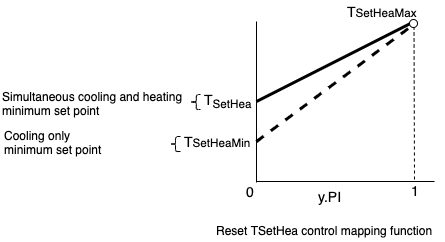
The draw.io diagram Buildings/Resources/Images/Applications/DHC/EnergyTransferStations/controlMappingFunction.png in Helarga/modelica-buildings, before a commit. Source tidied: cells renumbered, new cells last; positions are measured from the earlier drawing's top-left corner, leaving out a move shared by most shapes.
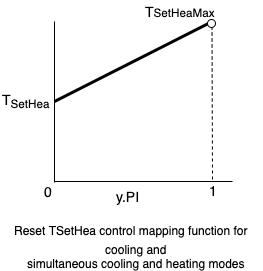
The same diagram one commit later.

What changed in the source:
```diff
@@ -4,71 +4,53 @@
     <mxCell id="1" parent="0" />
     <mxCell id="2" style="endArrow=none;html=1;" parent="1" edge="1">
       <mxGeometry relative="1" as="geometry">
-        <mxPoint x="256" y="181" as="sourcePoint" />
-        <mxPoint x="434" y="181" as="targetPoint" />
+        <mxPoint x="436" y="-124" as="sourcePoint" />
+        <mxPoint x="614" y="-124" as="targetPoint" />
       </mxGeometry>
     </mxCell>
     <mxCell id="3" style="endArrow=none;html=1;" parent="1" edge="1">
       <mxGeometry relative="1" as="geometry">
-        <mxPoint x="256" y="21" as="sourcePoint" />
-        <mxPoint x="256" y="182" as="targetPoint" />
+        <mxPoint x="436" y="-284" as="sourcePoint" />
+        <mxPoint x="436" y="-123" as="targetPoint" />
       </mxGeometry>
     </mxCell>
     <mxCell id="4" value="&lt;span style=&quot;font-size: 14px&quot;&gt;y.PI&lt;/span&gt;" style="text;html=1;align=left;verticalAlign=top;spacingTop=-4;" parent="1" vertex="1">
-      <mxGeometry x="316" y="186" width="40" height="20" as="geometry" />
+      <mxGeometry x="496" y="-119" width="40" height="20" as="geometry" />
     </mxCell>
     <mxCell id="5" value="&lt;font style=&quot;font-size: 14px&quot;&gt;0&lt;/font&gt;" style="text;html=1;align=left;verticalAlign=top;spacingTop=-4;strokeWidth=3;" parent="1" vertex="1">
-      <mxGeometry x="244" y="181" width="20" height="20" as="geometry" />
+      <mxGeometry x="424" y="-124" width="20" height="20" as="geometry" />
     </mxCell>
     <mxCell id="6" value="&lt;font style=&quot;font-size: 14px&quot;&gt;T&lt;sub&gt;SetHea&lt;/sub&gt;&lt;/font&gt;" style="text;html=1;align=left;verticalAlign=top;spacingTop=-4;" parent="1" vertex="1">
-      <mxGeometry x="202" y="89" width="60" height="20" as="geometry" />
+      <mxGeometry x="382" y="-216" width="60" height="20" as="geometry" />
     </mxCell>
-    <mxCell id="7" style="endArrow=none;html=1;strokeWidth=3;entryX=1.2;entryY=0.447;entryDx=0;entryDy=0;entryPerimeter=0;" parent="1" edge="1" target="13">
+    <mxCell id="7" style="endArrow=none;html=1;strokeWidth=3;entryX=1.2;entryY=0.447;entryDx=0;entryDy=0;entryPerimeter=0;" parent="1" edge="1" target="11">
       <mxGeometry relative="1" as="geometry">
-        <mxPoint x="256" y="101" as="sourcePoint" />
+        <mxPoint x="436" y="-204" as="sourcePoint" />
       </mxGeometry>
     </mxCell>
     <mxCell id="8" value="&lt;font style=&quot;font-size: 14px&quot;&gt;1&lt;/font&gt;" style="text;html=1;align=left;verticalAlign=top;spacingTop=-4;" parent="1" vertex="1">
-      <mxGeometry x="409" y="180" width="20" height="20" as="geometry" />
+      <mxGeometry x="589" y="-125" width="20" height="20" as="geometry" />
     </mxCell>
     <mxCell id="9" style="endArrow=none;dashed=1;html=1;strokeWidth=1;exitX=0.5;exitY=-0.05;exitDx=0;exitDy=0;exitPerimeter=0;" parent="1" edge="1">
       <mxGeometry relative="1" as="geometry">
-        <mxPoint x="414" y="179" as="sourcePoint" />
-        <mxPoint x="413.5" y="21" as="targetPoint" />
+        <mxPoint x="594" y="-126" as="sourcePoint" />
+        <mxPoint x="593.5" y="-284" as="targetPoint" />
       </mxGeometry>
     </mxCell>
-    <mxCell id="10" value="&lt;font style=&quot;font-size: 14px&quot;&gt;T&lt;/font&gt;&lt;font style=&quot;font-size: 11.6667px&quot;&gt;SetHeaMin&lt;/font&gt;" style="text;html=1;align=left;verticalAlign=top;spacingTop=-4;" parent="1" vertex="1">
-      <mxGeometry x="182" y="131" width="80" height="20" as="geometry" />
+    <mxCell id="10" value="Reset TSetHea control mapping function for&amp;nbsp;" style="text;html=1;align=left;verticalAlign=top;spacingTop=-4;" parent="1" vertex="1">
+      <mxGeometry x="393.5" y="-84" width="250" height="20" as="geometry" />
     </mxCell>
-    <mxCell id="11" style="endArrow=none;html=1;strokeWidth=3;dashed=1;" parent="1" edge="1">
-      <mxGeometry relative="1" as="geometry">
-        <mxPoint x="256" y="141" as="sourcePoint" />
-        <mxPoint x="414.5" y="23" as="targetPoint" />
-      </mxGeometry>
+    <mxCell id="11" value="&lt;span style=&quot;font-family: &amp;#34;helvetica&amp;#34; , &amp;#34;arial&amp;#34; , sans-serif ; font-size: 0px&quot;&gt;%3CmxGraphModel%3E%3Croot%3E%3CmxCell%20id%3D%220%22%2F%3E%3CmxCell%20id%3D%221%22%20parent%3D%220%22%2F%3E%3CmxCell%20id%3D%222%22%20value%3D%22%26lt%3Bfont%20style%3D%26quot%3Bfont-size%3A%2014px%26quot%3B%26gt%3BT%26lt%3Bsub%26gt%3BLoaLvg%26lt%3B%2Fsub%26gt%3B%26lt%3B%2Ffont%26gt%3B%26lt%3Bsub%26gt%3BMax%26lt%3B%2Fsub%26gt%3B%22%20style%3D%22text%3Bhtml%3D1%3Bresizable%3D0%3Bpoints%3D%5B%5D%3Bautosize%3D1%3Balign%3Dleft%3BverticalAlign%3Dtop%3BspacingTop%3D-4%3B%22%20vertex%3D%221%22%20parent%3D%221%22%3E%3CmxGeometry%20x%3D%22673%22%20y%3D%22219.5%22%20width%3D%2280%22%20height%3D%2220%22%20as%3D%22geometry%22%2F%3E%3C%2FmxCell%3E%3C%2Froot%3E%3C%2FmxGraphModel%3E&lt;/span&gt;" style="text;html=1;points=[];align=left;verticalAlign=top;spacingTop=-4;" parent="1" vertex="1">
+      <mxGeometry x="568" y="-292" width="20" height="20" as="geometry" />
     </mxCell>
-    <mxCell id="12" value="Reset TSetHea control mapping function" style="text;html=1;align=left;verticalAlign=top;spacingTop=-4;" parent="1" vertex="1">
-      <mxGeometry x="213.5" y="221" width="230" height="20" as="geometry" />
+    <mxCell id="12" value="&lt;font style=&quot;font-size: 14px&quot;&gt;T&lt;/font&gt;&lt;font style=&quot;font-size: 11.6667px&quot;&gt;SetHeaMax&lt;/font&gt;" style="text;html=1;align=left;verticalAlign=top;spacingTop=-4;" parent="1" vertex="1">
+      <mxGeometry x="525" y="-304.5" width="80" height="20" as="geometry" />
     </mxCell>
-    <mxCell id="13" value="&lt;span style=&quot;font-family: &amp;#34;helvetica&amp;#34; , &amp;#34;arial&amp;#34; , sans-serif ; font-size: 0px&quot;&gt;%3CmxGraphModel%3E%3Croot%3E%3CmxCell%20id%3D%220%22%2F%3E%3CmxCell%20id%3D%221%22%20parent%3D%220%22%2F%3E%3CmxCell%20id%3D%222%22%20value%3D%22%26lt%3Bfont%20style%3D%26quot%3Bfont-size%3A%2014px%26quot%3B%26gt%3BT%26lt%3Bsub%26gt%3BLoaLvg%26lt%3B%2Fsub%26gt%3B%26lt%3B%2Ffont%26gt%3B%26lt%3Bsub%26gt%3BMax%26lt%3B%2Fsub%26gt%3B%22%20style%3D%22text%3Bhtml%3D1%3Bresizable%3D0%3Bpoints%3D%5B%5D%3Bautosize%3D1%3Balign%3Dleft%3BverticalAlign%3Dtop%3BspacingTop%3D-4%3B%22%20vertex%3D%221%22%20parent%3D%221%22%3E%3CmxGeometry%20x%3D%22673%22%20y%3D%22219.5%22%20width%3D%2280%22%20height%3D%2220%22%20as%3D%22geometry%22%2F%3E%3C%2FmxCell%3E%3C%2Froot%3E%3C%2FmxGraphModel%3E&lt;/span&gt;" style="text;html=1;points=[];align=left;verticalAlign=top;spacingTop=-4;" parent="1" vertex="1">
-      <mxGeometry x="388" y="13" width="20" height="20" as="geometry" />
+    <mxCell id="13" style="ellipse;whiteSpace=wrap;html=1;rotation=-20;" parent="1" vertex="1">
+      <mxGeometry x="589" y="-286" width="8" height="8" as="geometry" />
     </mxCell>
-    <mxCell id="14" value="&lt;font style=&quot;font-size: 14px&quot;&gt;T&lt;/font&gt;&lt;font style=&quot;font-size: 11.6667px&quot;&gt;SetHeaMax&lt;/font&gt;" style="text;html=1;align=left;verticalAlign=top;spacingTop=-4;" parent="1" vertex="1">
-      <mxGeometry x="345" y="0.5" width="80" height="20" as="geometry" />
+    <mxCell id="14" value="cooling and &lt;br&gt;simultaneous cooling and heating modes&amp;nbsp;" style="text;html=1;align=center;verticalAlign=top;spacingTop=-4;" parent="1" vertex="1">
+      <mxGeometry x="399" y="-65" width="240" height="30" as="geometry" />
     </mxCell>
-    <mxCell id="15" style="ellipse;whiteSpace=wrap;html=1;rotation=-20;" parent="1" vertex="1">
-      <mxGeometry x="409" y="19" width="8" height="8" as="geometry" />
-    </mxCell>
-    <mxCell id="16" style="shape=curlyBracket;whiteSpace=wrap;html=1;rounded=1;" parent="1" vertex="1">
-      <mxGeometry x="170" y="136" width="10" height="15" as="geometry" />
-    </mxCell>
-    <mxCell id="17" value="Cooling only&lt;br&gt;minimum set point" style="text;html=1;align=left;verticalAlign=top;spacingTop=-4;" parent="1" vertex="1">
-      <mxGeometry x="1.5" y="126" width="110" height="30" as="geometry" />
-    </mxCell>
-    <mxCell id="18" style="shape=curlyBracket;whiteSpace=wrap;html=1;rounded=1;size=0.5793103448275986;" parent="1" vertex="1">
-      <mxGeometry x="190" y="94" width="10" height="15" as="geometry" />
-    </mxCell>
-    <mxCell id="19" value="Simultaneous cooling and heating&lt;br&gt;minimum set point" style="text;html=1;align=left;verticalAlign=top;spacingTop=-4;" parent="1" vertex="1">
-      <mxGeometry y="86.5" width="200" height="30" as="geometry" />
-    </mxCell>
   </root>
 </mxGraphModel>
```
